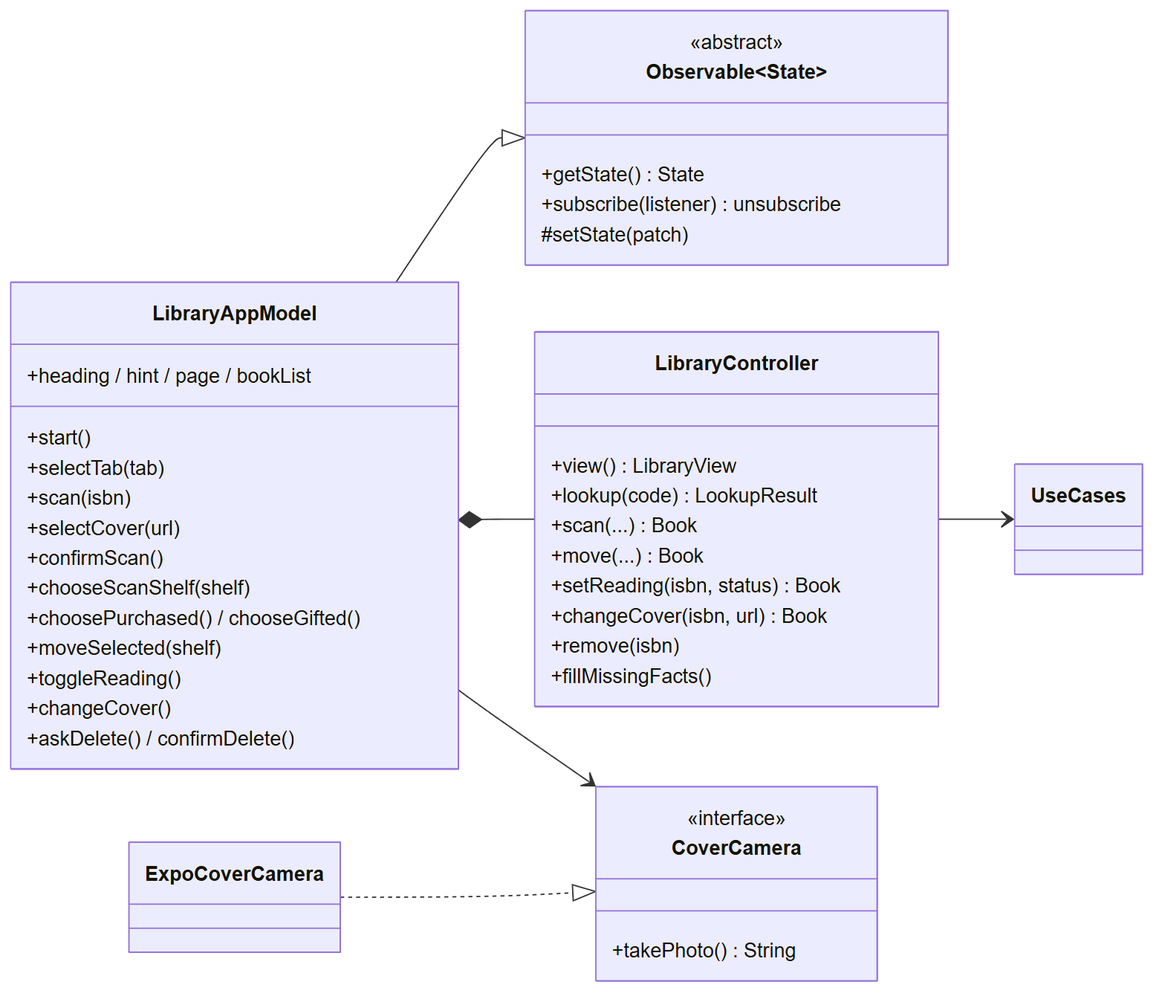
This is docs/design/figures/iface-presentation.png from ghechavarria/cen5064-project-hechavarria, a Mermaid export, as it was before one commit. Its source is kept beside it as docs/design/diagrams/iface-presentation.mmd. The source it was exported from:
```mermaid
classDiagram
    direction LR
    class Observable~State~ {
        <<abstract>>
        +getState() State
        +subscribe(listener) unsubscribe
        #setState(patch)
    }
    class LibraryAppModel {
        +heading / hint / page / bookList
        +start()
        +selectTab(tab)
        +scan(isbn)
        +selectCover(url)
        +confirmScan()
        +chooseScanShelf(shelf)
        +choosePurchased() / chooseGifted()
        +moveSelected(shelf)
        +toggleReading()
        +changeCover()
        +askDelete() / confirmDelete()
    }
    class LibraryController {
        +view() LibraryView
        +lookup(code) LookupResult
        +scan(...) Book
        +move(...) Book
        +setReading(isbn, status) Book
        +changeCover(isbn, url) Book
        +remove(isbn)
        +fillMissingFacts()
    }
    class CoverCamera {
        <<interface>>
        +takePhoto() String
    }
    LibraryAppModel --|> Observable~State~
    LibraryAppModel *-- LibraryController
    LibraryAppModel --> CoverCamera
    ExpoCoverCamera ..|> CoverCamera
    LibraryController --> UseCases
```
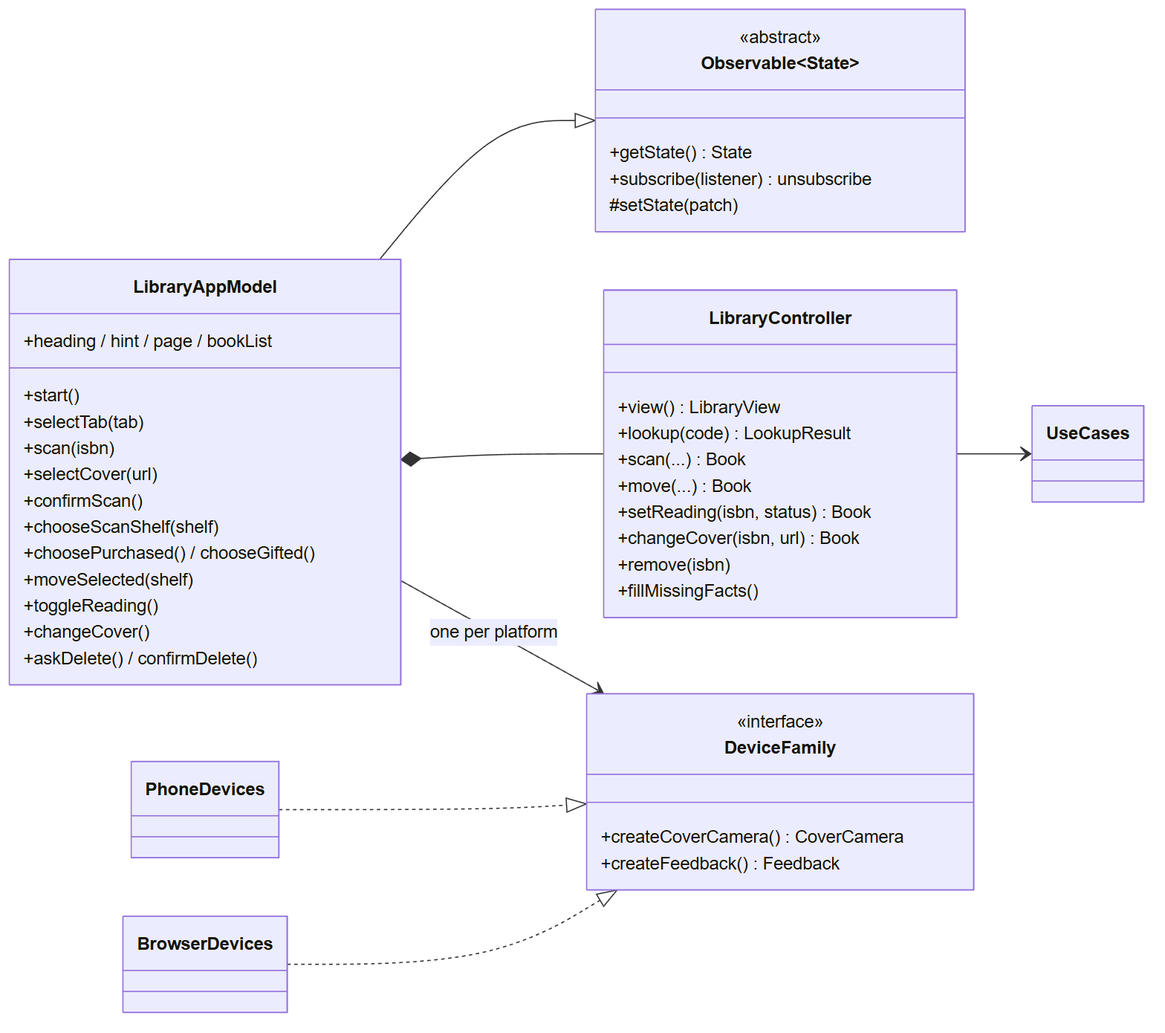
After the change.

Change to the diagram source:
```diff
@@ -30,12 +30,14 @@
         +remove(isbn)
         +fillMissingFacts()
     }
-    class CoverCamera {
+    class DeviceFamily {
         <<interface>>
-        +takePhoto() String
+        +createCoverCamera() CoverCamera
+        +createFeedback() Feedback
     }
     LibraryAppModel --|> Observable~State~
     LibraryAppModel *-- LibraryController
-    LibraryAppModel --> CoverCamera
-    ExpoCoverCamera ..|> CoverCamera
+    LibraryAppModel --> DeviceFamily : one per platform
+    PhoneDevices ..|> DeviceFamily
+    BrowserDevices ..|> DeviceFamily
     LibraryController --> UseCases
```
